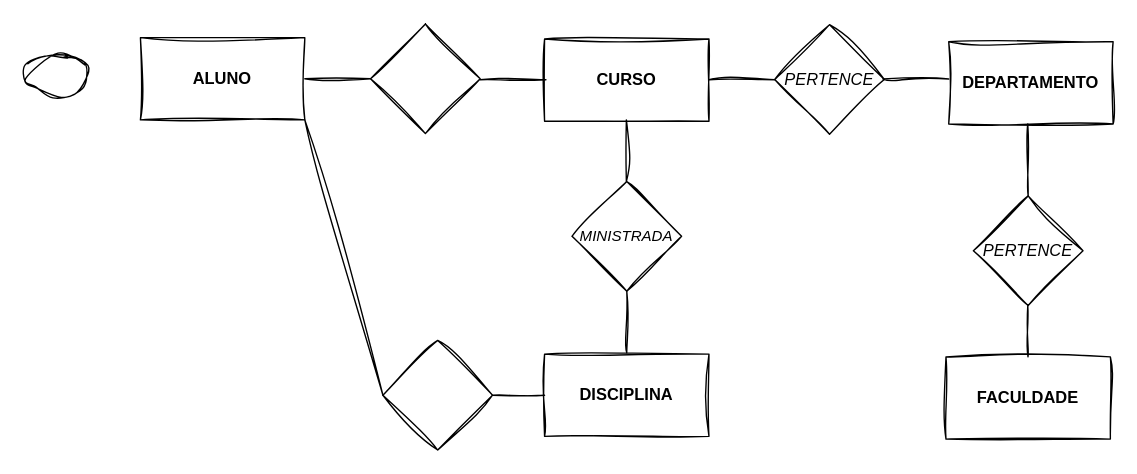
Earlier version of the draw.io diagram Diagrama sem nome.drawio (dyannacruz/fatec_Bancos_e_armazens_de_dados). Source tidied: cells renumbered, new cells numbered last; positions are measured from the earlier drawing's top-left corner, leaving out a move shared by most shapes. Both pictures are drawn from the tidied source at 137%, with x=0, y=0 at pixel (23, 23).
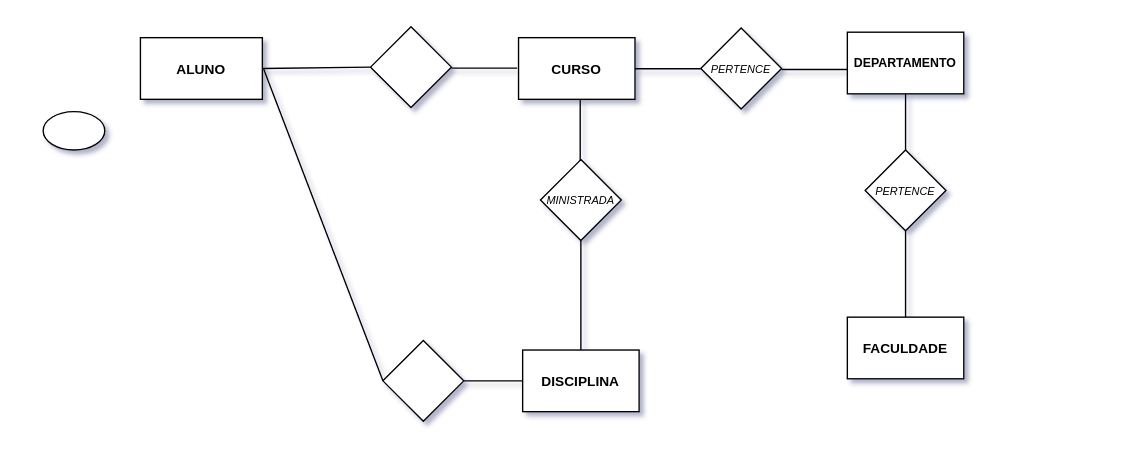
The same page after the edit.

What changed in the source:
```diff
@@
-<mxGraphModel>
+<mxGraphModel shadow="1">
@@
-    <mxCell id="2" style="ellipse;whiteSpace=wrap;html=1;labelBackgroundColor=none;sketch=1;curveFitting=1;jiggle=2;" parent="1" vertex="1">
-      <mxGeometry y="23" width="47" height="29" as="geometry" />
+    <mxCell id="2" style="ellipse;whiteSpace=wrap;html=1;labelBackgroundColor=none;rounded=0;fontSize=8;" parent="1" vertex="1">
+      <mxGeometry x="14" y="64" width="45" height="28" as="geometry" />
     </mxCell>
-    <mxCell id="3" value="ALUNO" style="rounded=0;whiteSpace=wrap;html=1;labelBackgroundColor=none;labelBorderColor=none;fontStyle=1;sketch=1;curveFitting=1;jiggle=2;" parent="1" vertex="1">
-      <mxGeometry x="85" y="10" width="120" height="60" as="geometry" />
+    <mxCell id="3" value="ALUNO" style="rounded=0;whiteSpace=wrap;html=1;labelBackgroundColor=none;labelBorderColor=none;fontStyle=1;fontSize=10;" parent="1" vertex="1">
+      <mxGeometry x="85" y="10" width="89" height="45" as="geometry" />
     </mxCell>
-    <mxCell id="4" value="CURSO" style="rounded=0;whiteSpace=wrap;html=1;labelBackgroundColor=none;fontStyle=1;sketch=1;curveFitting=1;jiggle=2;" parent="1" vertex="1">
-      <mxGeometry x="380" y="11" width="120" height="60" as="geometry" />
+    <mxCell id="4" value="CURSO" style="rounded=0;whiteSpace=wrap;html=1;labelBackgroundColor=none;fontStyle=1;fontSize=10;" parent="1" vertex="1">
+      <mxGeometry x="361" y="10" width="85" height="45" as="geometry" />
     </mxCell>
-    <mxCell id="5" value="DISCIPLINA" style="rounded=0;whiteSpace=wrap;html=1;labelBackgroundColor=none;fontStyle=1;sketch=1;curveFitting=1;jiggle=2;" parent="1" vertex="1">
-      <mxGeometry x="380" y="241" width="120" height="60" as="geometry" />
+    <mxCell id="5" value="DISCIPLINA" style="rounded=0;whiteSpace=wrap;html=1;labelBackgroundColor=none;fontStyle=1;fontSize=10;" parent="1" vertex="1">
+      <mxGeometry x="364" y="238" width="85" height="45" as="geometry" />
     </mxCell>
-    <mxCell id="6" value="DEPARTAMENTO" style="rounded=0;whiteSpace=wrap;html=1;labelBackgroundColor=none;fontStyle=1;sketch=1;curveFitting=1;jiggle=2;" parent="1" vertex="1">
-      <mxGeometry x="675" y="13" width="120" height="60" as="geometry" />
+    <mxCell id="6" value="DEPARTAMENTO" style="rounded=0;whiteSpace=wrap;html=1;labelBackgroundColor=none;fontStyle=1;fontSize=9;" parent="1" vertex="1">
+      <mxGeometry x="601" y="6" width="85" height="45" as="geometry" />
     </mxCell>
-    <mxCell id="7" value="FACULDADE" style="rounded=0;whiteSpace=wrap;html=1;labelBackgroundColor=none;fontStyle=1;sketch=1;curveFitting=1;jiggle=2;" parent="1" vertex="1">
-      <mxGeometry x="673" y="243" width="120" height="60" as="geometry" />
+    <mxCell id="7" value="FACULDADE" style="rounded=0;whiteSpace=wrap;html=1;labelBackgroundColor=none;fontStyle=1;fontSize=10;" parent="1" vertex="1">
+      <mxGeometry x="601" y="214" width="85" height="45" as="geometry" />
     </mxCell>
-    <mxCell id="8" style="rhombus;whiteSpace=wrap;html=1;fontStyle=2;labelBackgroundColor=none;sketch=1;curveFitting=1;jiggle=2;" parent="1" vertex="1">
-      <mxGeometry x="253" width="80" height="80" as="geometry" />
+    <mxCell id="8" style="rhombus;whiteSpace=wrap;html=1;fontStyle=2;labelBackgroundColor=none;rounded=0;fontSize=8;" parent="1" vertex="1">
+      <mxGeometry x="253" y="2" width="59" height="59" as="geometry" />
     </mxCell>
-    <mxCell id="9" style="rhombus;whiteSpace=wrap;html=1;fontStyle=2;labelBackgroundColor=none;sketch=1;curveFitting=1;jiggle=2;" parent="1" vertex="1">
-      <mxGeometry x="262" y="231" width="80" height="80" as="geometry" />
+    <mxCell id="9" style="rhombus;whiteSpace=wrap;html=1;fontStyle=2;labelBackgroundColor=none;rounded=0;fontSize=8;" parent="1" vertex="1">
+      <mxGeometry x="262" y="231" width="59" height="59" as="geometry" />
     </mxCell>
-    <mxCell id="10" value="PERTENCE" style="rhombus;whiteSpace=wrap;html=1;fontStyle=2;labelBackgroundColor=none;sketch=1;curveFitting=1;jiggle=2;" parent="1" vertex="1">
-      <mxGeometry x="548" y="0.5" width="80" height="80" as="geometry" />
+    <mxCell id="10" value="PERTENCE" style="rhombus;whiteSpace=wrap;html=1;fontStyle=2;labelBackgroundColor=none;rounded=0;fontSize=8;" parent="1" vertex="1">
+      <mxGeometry x="494" y="3" width="59" height="59" as="geometry" />
     </mxCell>
-    <mxCell id="11" value="PERTENCE" style="rhombus;whiteSpace=wrap;html=1;fontStyle=2;labelBackgroundColor=none;sketch=1;curveFitting=1;jiggle=2;" parent="1" vertex="1">
-      <mxGeometry x="693" y="125.5" width="80" height="80" as="geometry" />
+    <mxCell id="11" value="PERTENCE" style="rhombus;whiteSpace=wrap;html=1;fontStyle=2;labelBackgroundColor=none;rounded=0;fontSize=8;" parent="1" vertex="1">
+      <mxGeometry x="614" y="92" width="59" height="59" as="geometry" />
     </mxCell>
-    <mxCell id="12" style="endArrow=none;html=1;rounded=0;fontColor=default;exitX=1;exitY=0.5;exitDx=0;exitDy=0;labelBackgroundColor=none;sketch=1;curveFitting=1;jiggle=2;" parent="1" edge="1" source="3">
-      <mxGeometry relative="1" as="geometry">
-        <mxPoint x="253" y="40" as="targetPoint" />
-      </mxGeometry>
+    <mxCell id="12" style="endArrow=none;html=1;rounded=0;fontColor=default;exitX=1;exitY=0.5;exitDx=0;exitDy=0;labelBackgroundColor=none;entryX=0;entryY=0.5;entryDx=0;entryDy=0;" parent="1" edge="1" source="3" target="8">
+      <mxGeometry relative="1" as="geometry" />
     </mxCell>
-    <mxCell id="13" style="endArrow=none;html=1;rounded=0;fontColor=default;exitX=1;exitY=0.5;exitDx=0;exitDy=0;labelBackgroundColor=none;sketch=1;curveFitting=1;jiggle=2;" parent="1" edge="1">
+    <mxCell id="13" style="endArrow=none;html=1;rounded=0;fontColor=default;exitX=1;exitY=0.5;exitDx=0;exitDy=0;labelBackgroundColor=none;" parent="1" edge="1">
       <mxGeometry relative="1" as="geometry">
-        <mxPoint x="333" y="40.7" as="sourcePoint" />
-        <mxPoint x="381" y="40.7" as="targetPoint" />
+        <mxPoint x="312" y="32.2" as="sourcePoint" />
+        <mxPoint x="360" y="32.2" as="targetPoint" />
       </mxGeometry>
     </mxCell>
-    <mxCell id="14" style="endArrow=none;html=1;rounded=0;fontColor=default;exitX=1;exitY=0.5;exitDx=0;exitDy=0;labelBackgroundColor=none;sketch=1;curveFitting=1;jiggle=2;" parent="1" edge="1">
+    <mxCell id="14" style="endArrow=none;html=1;rounded=0;fontColor=default;exitX=1;exitY=0.5;exitDx=0;exitDy=0;labelBackgroundColor=none;" parent="1" edge="1">
       <mxGeometry relative="1" as="geometry">
-        <mxPoint x="500" y="40.7" as="sourcePoint" />
-        <mxPoint x="548" y="40.7" as="targetPoint" />
+        <mxPoint x="446" y="32.7" as="sourcePoint" />
+        <mxPoint x="494" y="32.7" as="targetPoint" />
       </mxGeometry>
     </mxCell>
-    <mxCell id="15" style="endArrow=none;html=1;rounded=0;fontColor=default;exitX=1;exitY=0.5;exitDx=0;exitDy=0;labelBackgroundColor=none;sketch=1;curveFitting=1;jiggle=2;" parent="1" edge="1">
+    <mxCell id="15" style="endArrow=none;html=1;rounded=0;fontColor=default;exitX=1;exitY=0.5;exitDx=0;exitDy=0;labelBackgroundColor=none;" parent="1" edge="1">
       <mxGeometry relative="1" as="geometry">
-        <mxPoint x="627" y="40.2" as="sourcePoint" />
-        <mxPoint x="675" y="40.2" as="targetPoint" />
+        <mxPoint x="553" y="33.2" as="sourcePoint" />
+        <mxPoint x="601" y="33.2" as="targetPoint" />
       </mxGeometry>
     </mxCell>
-    <mxCell id="16" style="endArrow=none;html=1;rounded=0;fontColor=default;entryX=0;entryY=0.5;entryDx=0;entryDy=0;labelBackgroundColor=none;sketch=1;curveFitting=1;jiggle=2;" parent="1" edge="1" target="9">
+    <mxCell id="16" style="endArrow=none;html=1;rounded=0;fontColor=default;entryX=0;entryY=0.5;entryDx=0;entryDy=0;labelBackgroundColor=none;" parent="1" edge="1" target="9">
       <mxGeometry relative="1" as="geometry">
-        <mxPoint x="205" y="70" as="sourcePoint" />
+        <mxPoint x="175" y="33" as="sourcePoint" />
       </mxGeometry>
     </mxCell>
-    <mxCell id="17" style="endArrow=none;html=1;rounded=0;fontColor=default;exitX=1;exitY=0.5;exitDx=0;exitDy=0;entryX=0;entryY=0.5;entryDx=0;entryDy=0;labelBackgroundColor=none;sketch=1;curveFitting=1;jiggle=2;" parent="1" edge="1" source="9" target="5">
+    <mxCell id="17" style="endArrow=none;html=1;rounded=0;fontColor=default;exitX=1;exitY=0.5;exitDx=0;exitDy=0;entryX=0;entryY=0.5;entryDx=0;entryDy=0;labelBackgroundColor=none;" parent="1" edge="1" source="9" target="5">
       <mxGeometry relative="1" as="geometry" />
     </mxCell>
-    <mxCell id="18" value="MINISTRADA" style="rhombus;whiteSpace=wrap;html=1;fontSize=11;fontStyle=2;labelBackgroundColor=none;sketch=1;curveFitting=1;jiggle=2;" parent="1" vertex="1">
-      <mxGeometry x="400" y="115" width="80" height="80" as="geometry" />
+    <mxCell id="18" value="MINISTRADA" style="rhombus;whiteSpace=wrap;html=1;fontSize=8;fontStyle=2;labelBackgroundColor=none;rounded=0;" parent="1" vertex="1">
+      <mxGeometry x="377" y="99" width="59" height="59" as="geometry" />
     </mxCell>
-    <mxCell id="19" style="endArrow=none;html=1;rounded=0;fontSize=11;fontColor=default;entryX=0.5;entryY=1;entryDx=0;entryDy=0;labelBackgroundColor=none;sketch=1;curveFitting=1;jiggle=2;" parent="1" edge="1" target="18">
-      <mxGeometry relative="1" as="geometry">
-        <mxPoint x="440" y="240" as="sourcePoint" />
-      </mxGeometry>
+    <mxCell id="19" style="endArrow=none;html=1;rounded=0;fontSize=11;fontColor=default;entryX=0.5;entryY=1;entryDx=0;entryDy=0;labelBackgroundColor=none;exitX=0.5;exitY=0;exitDx=0;exitDy=0;" parent="1" edge="1" source="5" target="18">
+      <mxGeometry relative="1" as="geometry" />
     </mxCell>
-    <mxCell id="20" style="endArrow=none;html=1;rounded=0;fontSize=11;fontColor=default;labelBackgroundColor=none;sketch=1;curveFitting=1;jiggle=2;" parent="1" edge="1">
+    <mxCell id="20" style="endArrow=none;html=1;rounded=0;fontSize=11;fontColor=default;labelBackgroundColor=none;" parent="1" edge="1">
       <mxGeometry relative="1" as="geometry">
-        <mxPoint x="439.7" y="115" as="sourcePoint" />
-        <mxPoint x="439.7" y="70" as="targetPoint" />
+        <mxPoint x="406" y="100" as="sourcePoint" />
+        <mxPoint x="406" y="55" as="targetPoint" />
       </mxGeometry>
     </mxCell>
-    <mxCell id="21" style="endArrow=none;html=1;rounded=0;fontSize=11;fontColor=default;entryX=0.5;entryY=1;entryDx=0;entryDy=0;labelBackgroundColor=none;sketch=1;curveFitting=1;jiggle=2;" parent="1" edge="1" source="7">
-      <mxGeometry relative="1" as="geometry">
-        <mxPoint x="732.7" y="205.5" as="targetPoint" />
-      </mxGeometry>
+    <mxCell id="21" style="endArrow=none;html=1;rounded=0;fontSize=11;fontColor=default;entryX=0.5;entryY=1;entryDx=0;entryDy=0;labelBackgroundColor=none;" parent="1" edge="1" source="7" target="11">
+      <mxGeometry relative="1" as="geometry" />
     </mxCell>
-    <mxCell id="22" style="endArrow=none;html=1;rounded=0;fontSize=11;fontColor=default;entryX=0.5;entryY=1;entryDx=0;entryDy=0;exitX=0.5;exitY=0;exitDx=0;exitDy=0;labelBackgroundColor=none;sketch=1;curveFitting=1;jiggle=2;" parent="1" edge="1" source="11">
-      <mxGeometry relative="1" as="geometry">
-        <mxPoint x="732.7" y="73" as="targetPoint" />
-      </mxGeometry>
+    <mxCell id="22" style="endArrow=none;html=1;rounded=0;fontSize=11;fontColor=default;entryX=0.5;entryY=1;entryDx=0;entryDy=0;exitX=0.5;exitY=0;exitDx=0;exitDy=0;labelBackgroundColor=none;" parent="1" edge="1" source="11" target="6">
+      <mxGeometry relative="1" as="geometry" />
     </mxCell>
```
